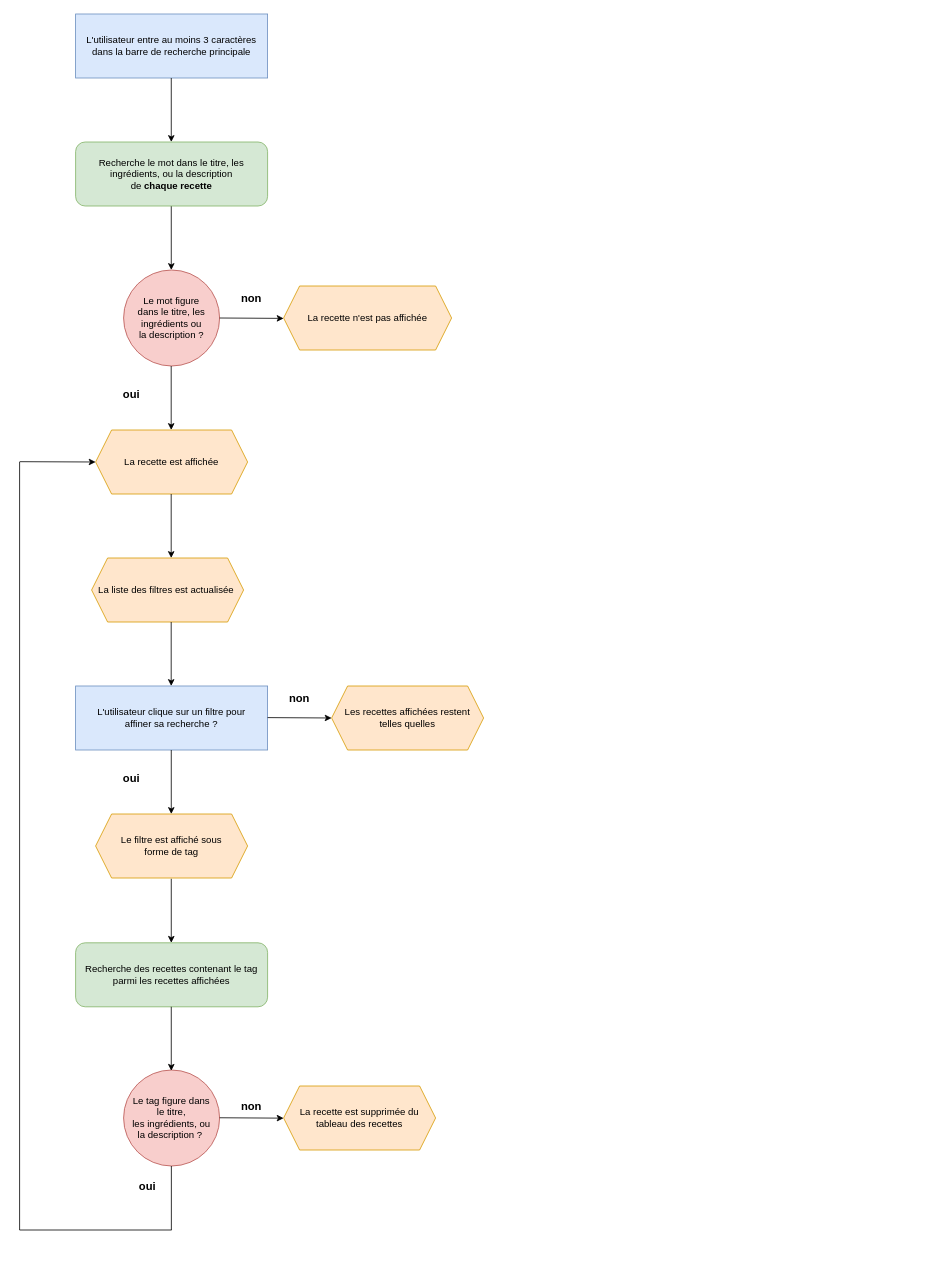
Above: algorigramme.drawio in mathoos/LesPetitsPlats (draw.io), before the change. Source tidied: cells renumbered, new cells numbered last; positions are measured from the earlier drawing's top-left corner, leaving out a move shared by most shapes. Both pictures are drawn from the tidied source at 80%, with x=0, y=0 at pixel (19, 14).
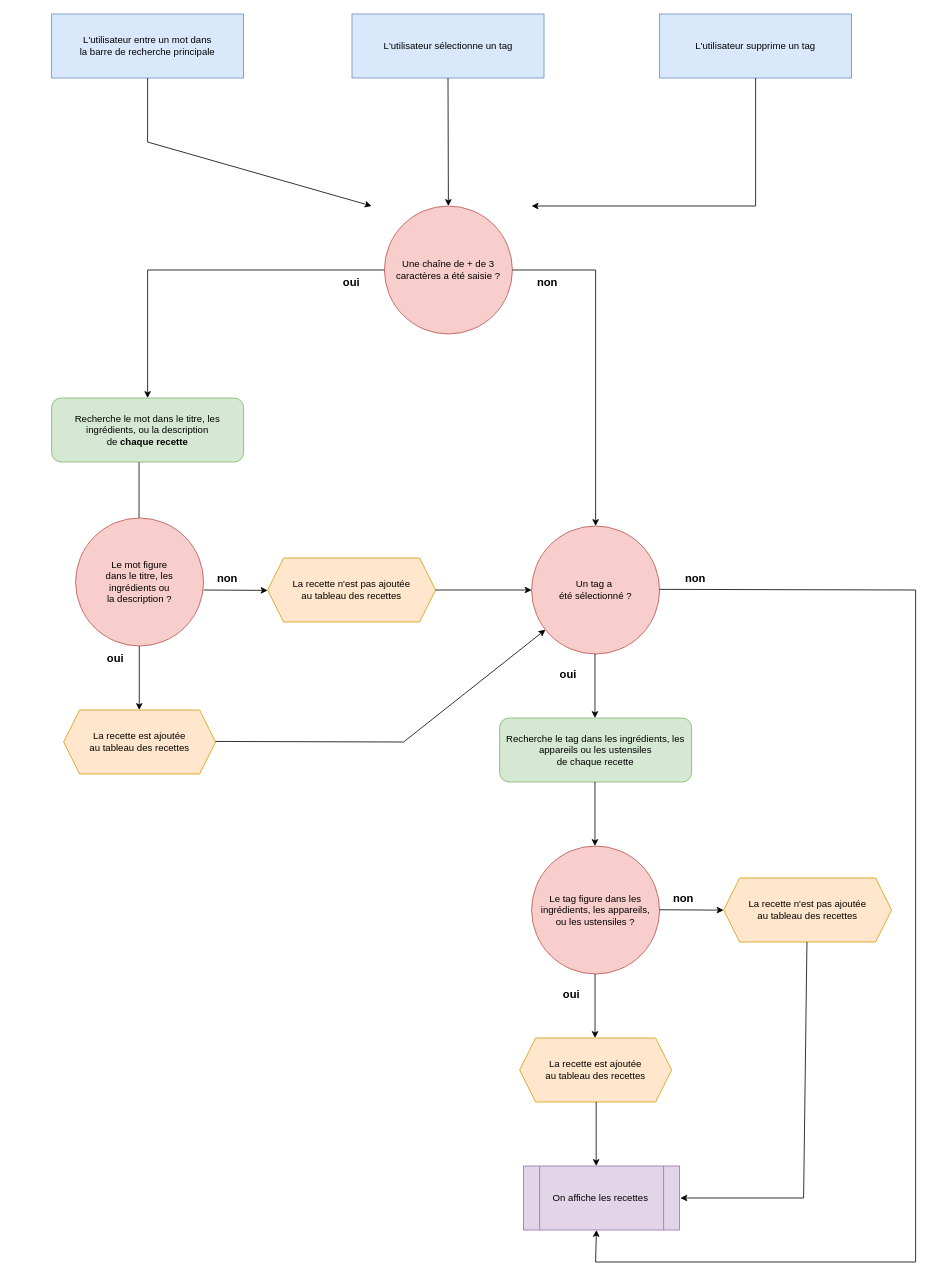
The same page after the edit.

Change to the diagram source:
```diff
@@
-    <mxCell id="2" value="L'utilisateur entre au moins 3 caractères dans la barre de recherche principale" style="rounded=0;whiteSpace=wrap;html=1;fillColor=#dae8fc;strokeColor=#6c8ebf;" parent="1" vertex="1">
-      <mxGeometry x="70" width="240" height="80" as="geometry" />
+    <mxCell id="2" value="L'utilisateur entre un mot dans &lt;br&gt;la barre de recherche principale" style="rounded=0;whiteSpace=wrap;html=1;fillColor=#dae8fc;strokeColor=#6c8ebf;" parent="1" vertex="1">
+      <mxGeometry x="40" width="240" height="80" as="geometry" />
     </mxCell>
-    <mxCell id="3" value="Le mot figure &lt;br&gt;dans le titre, les ingrédients ou &lt;br&gt;la description&amp;nbsp;?" style="ellipse;whiteSpace=wrap;html=1;fillColor=#f8cecc;strokeColor=#b85450;" parent="1" vertex="1">
-      <mxGeometry x="130" y="320" width="120" height="120" as="geometry" />
-    </mxCell>
     <mxCell id="4" style="endArrow=classic;html=1;rounded=0;" parent="1" edge="1">
       <mxGeometry relative="1" as="geometry">
-        <mxPoint x="250" y="380" as="sourcePoint" />
-        <mxPoint x="330" y="380.5" as="targetPoint" />
+        <mxPoint x="230" y="720" as="sourcePoint" />
+        <mxPoint x="310" y="720.5" as="targetPoint" />
       </mxGeometry>
     </mxCell>
     <mxCell id="5" style="endArrow=classic;html=1;rounded=0;" parent="1" edge="1">
       <mxGeometry relative="1" as="geometry">
-        <mxPoint x="189.5" y="440" as="sourcePoint" />
-        <mxPoint x="189.5" y="520" as="targetPoint" />
+        <mxPoint x="149.6" y="790" as="sourcePoint" />
+        <mxPoint x="149.6" y="870" as="targetPoint" />
       </mxGeometry>
     </mxCell>
-    <mxCell id="6" style="endArrow=classic;html=1;rounded=0;" parent="1" edge="1">
-      <mxGeometry relative="1" as="geometry">
-        <mxPoint x="189.6" y="80" as="sourcePoint" />
-        <mxPoint x="189.6" y="160" as="targetPoint" />
-      </mxGeometry>
-    </mxCell>
     <mxCell id="7" style="endArrow=classic;html=1;rounded=0;" parent="1" edge="1">
       <mxGeometry x="-1" y="-252" relative="1" as="geometry">
-        <mxPoint x="189.6" y="240" as="sourcePoint" />
-        <mxPoint x="189.6" y="320" as="targetPoint" />
+        <mxPoint x="149.3" y="560" as="sourcePoint" />
+        <mxPoint x="149.3" y="640" as="targetPoint" />
         <mxPoint x="223" y="-250" as="offset" />
       </mxGeometry>
     </mxCell>
-    <mxCell id="8" value="La recette est affichée" style="shape=hexagon;perimeter=hexagonPerimeter2;whiteSpace=wrap;html=1;fixedSize=1;fillColor=#ffe6cc;strokeColor=#d79b00;" parent="1" vertex="1">
-      <mxGeometry x="95" y="520" width="190" height="80" as="geometry" />
+    <mxCell id="8" value="La recette est ajoutée &lt;br&gt;au tableau des recettes" style="shape=hexagon;perimeter=hexagonPerimeter2;whiteSpace=wrap;html=1;fixedSize=1;fillColor=#ffe6cc;strokeColor=#d79b00;" parent="1" vertex="1">
+      <mxGeometry x="55" y="870" width="190" height="80" as="geometry" />
     </mxCell>
     <mxCell id="9" value="oui" style="text;html=1;strokeColor=none;fillColor=none;align=center;verticalAlign=middle;whiteSpace=wrap;rounded=0;fontStyle=1;fontSize=14;" parent="1" vertex="1">
-      <mxGeometry x="110" y="460" width="60" height="30" as="geometry" />
+      <mxGeometry x="90" y="790" width="60" height="30" as="geometry" />
     </mxCell>
     <mxCell id="10" value="&lt;font style=&quot;font-size: 14px;&quot;&gt;non&lt;/font&gt;" style="text;html=1;strokeColor=none;fillColor=none;align=center;verticalAlign=middle;whiteSpace=wrap;rounded=0;fontStyle=1;" parent="1" vertex="1">
-      <mxGeometry x="260" y="340" width="60" height="30" as="geometry" />
+      <mxGeometry x="230" y="690" width="60" height="30" as="geometry" />
     </mxCell>
-    <mxCell id="11" value="L'utilisateur clique sur un filtre pour &lt;br&gt;affiner sa recherche ?" style="rounded=0;whiteSpace=wrap;html=1;fillColor=#dae8fc;strokeColor=#6c8ebf;" parent="1" vertex="1">
-      <mxGeometry x="70" y="840" width="240" height="80" as="geometry" />
-    </mxCell>
-    <mxCell id="12" value="La liste des filtres est actualisée&amp;nbsp;" style="shape=hexagon;perimeter=hexagonPerimeter2;whiteSpace=wrap;html=1;fixedSize=1;fillColor=#ffe6cc;strokeColor=#d79b00;" parent="1" vertex="1">
-      <mxGeometry x="90" y="680" width="190" height="80" as="geometry" />
-    </mxCell>
     <mxCell id="13" value="Recherche le mot dans le titre, les ingrédients, ou la description &lt;br&gt;de &lt;b&gt;chaque recette&lt;/b&gt;" style="rounded=1;whiteSpace=wrap;html=1;fillColor=#d5e8d4;strokeColor=#82b366;" parent="1" vertex="1">
-      <mxGeometry x="70" y="160" width="240" height="80" as="geometry" />
+      <mxGeometry x="40" y="480" width="240" height="80" as="geometry" />
     </mxCell>
-    <mxCell id="14" style="endArrow=classic;html=1;rounded=0;" parent="1" edge="1">
-      <mxGeometry x="-1" y="-95" relative="1" as="geometry">
-        <mxPoint x="189.5" y="600" as="sourcePoint" />
-        <mxPoint x="189.5" y="680" as="targetPoint" />
-      </mxGeometry>
-    </mxCell>
-    <mxCell id="15" value="La recette n'est pas affichée" style="shape=hexagon;perimeter=hexagonPerimeter2;whiteSpace=wrap;html=1;fixedSize=1;fillColor=#ffe6cc;strokeColor=#d79b00;" parent="1" vertex="1">
-      <mxGeometry x="330" y="340" width="210" height="80" as="geometry" />
+    <mxCell id="15" value="La recette n'est pas ajoutée &lt;br&gt;au tableau des recettes" style="shape=hexagon;perimeter=hexagonPerimeter2;whiteSpace=wrap;html=1;fixedSize=1;fillColor=#ffe6cc;strokeColor=#d79b00;" parent="1" vertex="1">
+      <mxGeometry x="310" y="680" width="210" height="80" as="geometry" />
     </mxCell>
-    <mxCell id="16" style="endArrow=classic;html=1;rounded=0;" parent="1" edge="1">
-      <mxGeometry relative="1" as="geometry">
-        <mxPoint x="189.5" y="760" as="sourcePoint" />
-        <mxPoint x="189.5" y="840" as="targetPoint" />
-      </mxGeometry>
-    </mxCell>
-    <mxCell id="17" value="Recherche des recettes contenant le tag parmi les recettes affichées" style="rounded=1;whiteSpace=wrap;html=1;fillColor=#d5e8d4;strokeColor=#82b366;" parent="1" vertex="1">
-      <mxGeometry x="70" y="1161" width="240" height="80" as="geometry" />
-    </mxCell>
-    <mxCell id="18" value="Le filtre est affiché sous &lt;br&gt;forme de tag" style="shape=hexagon;perimeter=hexagonPerimeter2;whiteSpace=wrap;html=1;fixedSize=1;fillColor=#ffe6cc;strokeColor=#d79b00;" parent="1" vertex="1">
-      <mxGeometry x="95" y="1000" width="190" height="80" as="geometry" />
-    </mxCell>
-    <mxCell id="19" style="endArrow=classic;html=1;rounded=0;" parent="1" edge="1">
-      <mxGeometry relative="1" as="geometry">
-        <mxPoint x="310" y="879.5" as="sourcePoint" />
-        <mxPoint x="390" y="880" as="targetPoint" />
-      </mxGeometry>
-    </mxCell>
-    <mxCell id="20" style="endArrow=classic;html=1;rounded=0;" parent="1" edge="1">
-      <mxGeometry x="1" y="-112" relative="1" as="geometry">
-        <mxPoint x="189.6" y="920" as="sourcePoint" />
-        <mxPoint x="189.6" y="1000" as="targetPoint" />
-        <mxPoint x="93" y="110" as="offset" />
-      </mxGeometry>
-    </mxCell>
-    <mxCell id="21" style="endArrow=classic;html=1;rounded=0;entryX=0;entryY=0.5;entryDx=0;entryDy=0;" parent="1" edge="1" target="8">
-      <mxGeometry relative="1" as="geometry">
-        <mxPoint y="559.6" as="sourcePoint" />
-      </mxGeometry>
-    </mxCell>
-    <mxCell id="22" style="endArrow=none;html=1;rounded=0;fontSize=14;" parent="1" edge="1">
-      <mxGeometry relative="1" as="geometry">
-        <mxPoint y="1520" as="sourcePoint" />
-        <mxPoint y="560" as="targetPoint" />
-      </mxGeometry>
-    </mxCell>
-    <mxCell id="23" style="endArrow=none;html=1;rounded=0;fontSize=14;" parent="1" edge="1">
-      <mxGeometry relative="1" as="geometry">
-        <mxPoint y="1520" as="sourcePoint" />
-        <mxPoint x="190" y="1520" as="targetPoint" />
-      </mxGeometry>
-    </mxCell>
-    <mxCell id="24" value="Le tag figure dans &lt;br&gt;le titre, &lt;br&gt;les ingrédients, ou &lt;br&gt;la description ?&amp;nbsp;" style="ellipse;whiteSpace=wrap;html=1;fillColor=#f8cecc;strokeColor=#b85450;" parent="1" vertex="1">
-      <mxGeometry x="130" y="1320" width="120" height="120" as="geometry" />
-    </mxCell>
-    <mxCell id="25" style="endArrow=classic;html=1;rounded=0;" parent="1" edge="1">
-      <mxGeometry x="-1" y="-252" relative="1" as="geometry">
-        <mxPoint x="189.6" y="1241" as="sourcePoint" />
-        <mxPoint x="189.6" y="1321" as="targetPoint" />
-        <mxPoint x="223" y="-250" as="offset" />
-      </mxGeometry>
-    </mxCell>
-    <mxCell id="26" style="endArrow=classic;html=1;rounded=0;" parent="1" edge="1">
-      <mxGeometry relative="1" as="geometry">
-        <mxPoint x="250" y="1379.7" as="sourcePoint" />
-        <mxPoint x="330" y="1380.2" as="targetPoint" />
-      </mxGeometry>
-    </mxCell>
-    <mxCell id="27" value="&lt;font style=&quot;font-size: 14px;&quot;&gt;non&lt;/font&gt;" style="text;html=1;strokeColor=none;fillColor=none;align=center;verticalAlign=middle;whiteSpace=wrap;rounded=0;fontStyle=1;" parent="1" vertex="1">
-      <mxGeometry x="260" y="1350" width="60" height="30" as="geometry" />
-    </mxCell>
-    <mxCell id="28" value="La recette est&amp;nbsp;supprimée du &lt;br&gt;tableau des recettes" style="shape=hexagon;perimeter=hexagonPerimeter2;whiteSpace=wrap;html=1;fixedSize=1;fillColor=#ffe6cc;strokeColor=#d79b00;" parent="1" vertex="1">
-      <mxGeometry x="330" y="1340" width="190" height="80" as="geometry" />
-    </mxCell>
-    <mxCell id="29" value="oui" style="text;html=1;strokeColor=none;fillColor=none;align=center;verticalAlign=middle;whiteSpace=wrap;rounded=0;fontStyle=1;fontSize=14;" parent="1" vertex="1">
-      <mxGeometry x="130" y="1450" width="60" height="30" as="geometry" />
-    </mxCell>
-    <mxCell id="30" style="endArrow=none;html=1;rounded=0;fontSize=14;" parent="1" edge="1">
-      <mxGeometry x="-1" y="-63" relative="1" as="geometry">
-        <mxPoint x="189.7" y="1440" as="sourcePoint" />
-        <mxPoint x="189.7" y="1520" as="targetPoint" />
-        <mxPoint x="43" y="-60" as="offset" />
-      </mxGeometry>
-    </mxCell>
-    <mxCell id="31" value="&lt;font style=&quot;font-size: 14px;&quot;&gt;non&lt;/font&gt;" style="text;html=1;strokeColor=none;fillColor=none;align=center;verticalAlign=middle;whiteSpace=wrap;rounded=0;fontStyle=1;" parent="1" vertex="1">
-      <mxGeometry x="320" y="840" width="60" height="30" as="geometry" />
-    </mxCell>
-    <mxCell id="32" value="oui" style="text;html=1;strokeColor=none;fillColor=none;align=center;verticalAlign=middle;whiteSpace=wrap;rounded=0;fontStyle=1;fontSize=14;" parent="1" vertex="1">
-      <mxGeometry x="110" y="940" width="60" height="30" as="geometry" />
-    </mxCell>
-    <mxCell id="33" style="endArrow=classic;html=1;rounded=0;" parent="1" edge="1">
-      <mxGeometry x="-1" y="-252" relative="1" as="geometry">
-        <mxPoint x="189.6" y="1081" as="sourcePoint" />
-        <mxPoint x="189.6" y="1161" as="targetPoint" />
-        <mxPoint x="223" y="-250" as="offset" />
-      </mxGeometry>
-    </mxCell>
-    <mxCell id="34" value="Les recettes affichées restent &lt;br&gt;telles quelles" style="shape=hexagon;perimeter=hexagonPerimeter2;whiteSpace=wrap;html=1;fixedSize=1;fillColor=#ffe6cc;strokeColor=#d79b00;" parent="1" vertex="1">
-      <mxGeometry x="390" y="840" width="190" height="80" as="geometry" />
-    </mxCell>
+    <mxCell id="35" value="L'utilisateur sélectionne un tag" style="rounded=0;whiteSpace=wrap;html=1;fillColor=#dae8fc;strokeColor=#6c8ebf;" parent="1" vertex="1">
+      <mxGeometry x="415.5" width="240" height="80" as="geometry" />
+    </mxCell>
+    <mxCell id="36" value="L'utilisateur supprime un tag" style="rounded=0;whiteSpace=wrap;html=1;fillColor=#dae8fc;strokeColor=#6c8ebf;" parent="1" vertex="1">
+      <mxGeometry x="800" width="240" height="80" as="geometry" />
+    </mxCell>
+    <mxCell id="37" value="Une chaîne de + de 3 caractères a été saisie ?" style="ellipse;whiteSpace=wrap;html=1;fillColor=#f8cecc;strokeColor=#b85450;" parent="1" vertex="1">
+      <mxGeometry x="456" y="240" width="160" height="160" as="geometry" />
+    </mxCell>
+    <mxCell id="3" value="Le mot figure&lt;br style=&quot;border-color: var(--border-color);&quot;&gt;dans le titre, les &lt;br&gt;ingrédients ou&lt;br style=&quot;border-color: var(--border-color);&quot;&gt;la description&amp;nbsp;?" style="ellipse;whiteSpace=wrap;html=1;fillColor=#f8cecc;strokeColor=#b85450;" parent="1" vertex="1">
+      <mxGeometry x="70" y="630" width="160" height="160" as="geometry" />
+    </mxCell>
+    <mxCell id="38" value="Un tag a&amp;nbsp;&lt;br&gt;été sélectionné ?" style="ellipse;whiteSpace=wrap;html=1;fillColor=#f8cecc;strokeColor=#b85450;" parent="1" vertex="1">
+      <mxGeometry x="640" y="640" width="160" height="160" as="geometry" />
+    </mxCell>
+    <mxCell id="39" style="endArrow=classic;html=1;rounded=0;entryX=0.5;entryY=0;entryDx=0;entryDy=0;" parent="1" edge="1" target="13">
+      <mxGeometry relative="1" as="geometry">
+        <mxPoint x="160" y="320" as="sourcePoint" />
+      </mxGeometry>
+    </mxCell>
+    <mxCell id="40" style="endArrow=none;html=1;rounded=0;entryX=0;entryY=0.5;entryDx=0;entryDy=0;" parent="1" edge="1" target="37">
+      <mxGeometry relative="1" as="geometry">
+        <mxPoint x="160" y="320" as="sourcePoint" />
+      </mxGeometry>
+    </mxCell>
+    <mxCell id="41" style="endArrow=classic;html=1;rounded=0;exitX=0.5;exitY=1;exitDx=0;exitDy=0;" parent="1" edge="1" source="2">
+      <mxGeometry relative="1" as="geometry">
+        <mxPoint x="440" y="240" as="targetPoint" />
+        <Array as="points">
+          <mxPoint x="160" y="160" />
+        </Array>
+      </mxGeometry>
+    </mxCell>
+    <mxCell id="42" style="endArrow=classic;html=1;rounded=0;entryX=0.5;entryY=0;entryDx=0;entryDy=0;exitX=0.5;exitY=1;exitDx=0;exitDy=0;" parent="1" edge="1" source="35" target="37">
+      <mxGeometry relative="1" as="geometry" />
+    </mxCell>
+    <mxCell id="43" style="endArrow=none;html=1;rounded=0;exitX=0.5;exitY=1;exitDx=0;exitDy=0;" parent="1" edge="1" source="36">
+      <mxGeometry relative="1" as="geometry">
+        <mxPoint x="920" y="240" as="targetPoint" />
+      </mxGeometry>
+    </mxCell>
+    <mxCell id="44" style="endArrow=classic;html=1;rounded=0;" parent="1" edge="1">
+      <mxGeometry relative="1" as="geometry">
+        <mxPoint x="920" y="240" as="sourcePoint" />
+        <mxPoint x="640" y="240" as="targetPoint" />
+      </mxGeometry>
+    </mxCell>
+    <mxCell id="45" value="oui" style="text;html=1;strokeColor=none;fillColor=none;align=center;verticalAlign=middle;whiteSpace=wrap;rounded=0;fontStyle=1;fontSize=14;" parent="1" vertex="1">
+      <mxGeometry x="385" y="320" width="60" height="30" as="geometry" />
+    </mxCell>
+    <mxCell id="46" style="endArrow=none;html=1;rounded=0;exitX=1;exitY=0.5;exitDx=0;exitDy=0;" parent="1" edge="1" source="37">
+      <mxGeometry relative="1" as="geometry">
+        <mxPoint x="720" y="320" as="targetPoint" />
+      </mxGeometry>
+    </mxCell>
+    <mxCell id="47" style="endArrow=classic;html=1;rounded=0;entryX=0.5;entryY=0;entryDx=0;entryDy=0;" parent="1" edge="1" target="38">
+      <mxGeometry relative="1" as="geometry">
+        <mxPoint x="720" y="320" as="sourcePoint" />
+      </mxGeometry>
+    </mxCell>
+    <mxCell id="48" value="non" style="text;html=1;strokeColor=none;fillColor=none;align=center;verticalAlign=middle;whiteSpace=wrap;rounded=0;fontStyle=1;fontSize=14;" parent="1" vertex="1">
+      <mxGeometry x="630" y="320" width="60" height="30" as="geometry" />
+    </mxCell>
+    <mxCell id="49" value="Recherche le tag dans les ingrédients, les appareils ou les ustensiles&lt;br&gt;de chaque recette" style="rounded=1;whiteSpace=wrap;html=1;fillColor=#d5e8d4;strokeColor=#82b366;" parent="1" vertex="1">
+      <mxGeometry x="600" y="880" width="240" height="80" as="geometry" />
+    </mxCell>
+    <mxCell id="50" value="Le tag figure dans les ingrédients, les appareils, &lt;br&gt;ou les ustensiles ?" style="ellipse;whiteSpace=wrap;html=1;fillColor=#f8cecc;strokeColor=#b85450;" parent="1" vertex="1">
+      <mxGeometry x="640" y="1040" width="160" height="160" as="geometry" />
+    </mxCell>
+    <mxCell id="51" style="endArrow=classic;html=1;rounded=0;" parent="1" edge="1">
+      <mxGeometry relative="1" as="geometry">
+        <mxPoint x="719.2" y="800" as="sourcePoint" />
+        <mxPoint x="719.2" y="880" as="targetPoint" />
+      </mxGeometry>
+    </mxCell>
+    <mxCell id="52" style="endArrow=classic;html=1;rounded=0;" parent="1" edge="1">
+      <mxGeometry relative="1" as="geometry">
+        <mxPoint x="719.2" y="960" as="sourcePoint" />
+        <mxPoint x="719.2" y="1040" as="targetPoint" />
+      </mxGeometry>
+    </mxCell>
+    <mxCell id="53" value="La recette est ajoutée &lt;br&gt;au tableau des recettes" style="shape=hexagon;perimeter=hexagonPerimeter2;whiteSpace=wrap;html=1;fixedSize=1;fillColor=#ffe6cc;strokeColor=#d79b00;" parent="1" vertex="1">
+      <mxGeometry x="625" y="1280" width="190" height="80" as="geometry" />
+    </mxCell>
+    <mxCell id="54" value="oui" style="text;html=1;strokeColor=none;fillColor=none;align=center;verticalAlign=middle;whiteSpace=wrap;rounded=0;fontStyle=1;fontSize=14;" parent="1" vertex="1">
+      <mxGeometry x="655.5" y="810" width="60" height="30" as="geometry" />
+    </mxCell>
+    <mxCell id="55" style="endArrow=classic;html=1;rounded=0;" parent="1" edge="1">
+      <mxGeometry relative="1" as="geometry">
+        <mxPoint x="719.3" y="1200" as="sourcePoint" />
+        <mxPoint x="719.3" y="1280" as="targetPoint" />
+      </mxGeometry>
+    </mxCell>
+    <mxCell id="56" value="oui" style="text;html=1;strokeColor=none;fillColor=none;align=center;verticalAlign=middle;whiteSpace=wrap;rounded=0;fontStyle=1;fontSize=14;" parent="1" vertex="1">
+      <mxGeometry x="660" y="1210" width="60" height="30" as="geometry" />
+    </mxCell>
+    <mxCell id="57" value="&lt;font style=&quot;font-size: 14px;&quot;&gt;non&lt;/font&gt;" style="text;html=1;strokeColor=none;fillColor=none;align=center;verticalAlign=middle;whiteSpace=wrap;rounded=0;fontStyle=1;" parent="1" vertex="1">
+      <mxGeometry x="800" y="1090" width="60" height="30" as="geometry" />
+    </mxCell>
+    <mxCell id="58" value="La recette n'est pas ajoutée &lt;br&gt;au tableau des recettes" style="shape=hexagon;perimeter=hexagonPerimeter2;whiteSpace=wrap;html=1;fixedSize=1;fillColor=#ffe6cc;strokeColor=#d79b00;" parent="1" vertex="1">
+      <mxGeometry x="880" y="1080" width="210" height="80" as="geometry" />
+    </mxCell>
+    <mxCell id="59" style="endArrow=classic;html=1;rounded=0;" parent="1" edge="1">
+      <mxGeometry relative="1" as="geometry">
+        <mxPoint x="800" y="1119.7" as="sourcePoint" />
+        <mxPoint x="880" y="1120.2" as="targetPoint" />
+      </mxGeometry>
+    </mxCell>
+    <mxCell id="60" style="endArrow=classic;html=1;rounded=0;entryX=0;entryY=0.5;entryDx=0;entryDy=0;" parent="1" edge="1" target="38">
+      <mxGeometry relative="1" as="geometry">
+        <mxPoint x="520" y="720" as="sourcePoint" />
+      </mxGeometry>
+    </mxCell>
+    <mxCell id="61" style="endArrow=classic;html=1;rounded=0;" parent="1" edge="1" target="38">
+      <mxGeometry relative="1" as="geometry">
+        <mxPoint x="245" y="909.3" as="sourcePoint" />
+        <Array as="points">
+          <mxPoint x="480" y="910" />
+        </Array>
+      </mxGeometry>
+    </mxCell>
+    <mxCell id="62" style="endArrow=classic;html=1;rounded=0;entryX=0.5;entryY=1;entryDx=0;entryDy=0;" parent="1" edge="1">
+      <mxGeometry relative="1" as="geometry">
+        <mxPoint x="800" y="719.2" as="sourcePoint" />
+        <mxPoint x="721" y="1520" as="targetPoint" />
+        <Array as="points">
+          <mxPoint x="1120" y="720" />
+          <mxPoint x="1120" y="1560" />
+          <mxPoint x="720" y="1560" />
+        </Array>
+      </mxGeometry>
+    </mxCell>
+    <mxCell id="63" value="&lt;font style=&quot;font-size: 14px;&quot;&gt;non&lt;/font&gt;" style="text;html=1;strokeColor=none;fillColor=none;align=center;verticalAlign=middle;whiteSpace=wrap;rounded=0;fontStyle=1;" parent="1" vertex="1">
+      <mxGeometry x="815" y="690" width="60" height="30" as="geometry" />
+    </mxCell>
+    <mxCell id="64" style="endArrow=classic;html=1;rounded=0;" parent="1" edge="1">
+      <mxGeometry relative="1" as="geometry">
+        <mxPoint x="720.7" y="1360" as="sourcePoint" />
+        <mxPoint x="720.7" y="1440" as="targetPoint" />
+      </mxGeometry>
+    </mxCell>
+    <mxCell id="65" style="endArrow=classic;html=1;rounded=0;entryX=1;entryY=0.5;entryDx=0;entryDy=0;" parent="1" edge="1">
+      <mxGeometry relative="1" as="geometry">
+        <mxPoint x="984.2" y="1160" as="sourcePoint" />
+        <mxPoint x="826" y="1480" as="targetPoint" />
+        <Array as="points">
+          <mxPoint x="980" y="1480" />
+        </Array>
+      </mxGeometry>
+    </mxCell>
+    <mxCell id="66" value="On affiche les recettes&amp;nbsp;" style="shape=process;whiteSpace=wrap;html=1;backgroundOutline=1;fillColor=#e1d5e7;strokeColor=#9673a6;" parent="1" vertex="1">
+      <mxGeometry x="630" y="1440" width="195" height="80" as="geometry" />
+    </mxCell>
```
